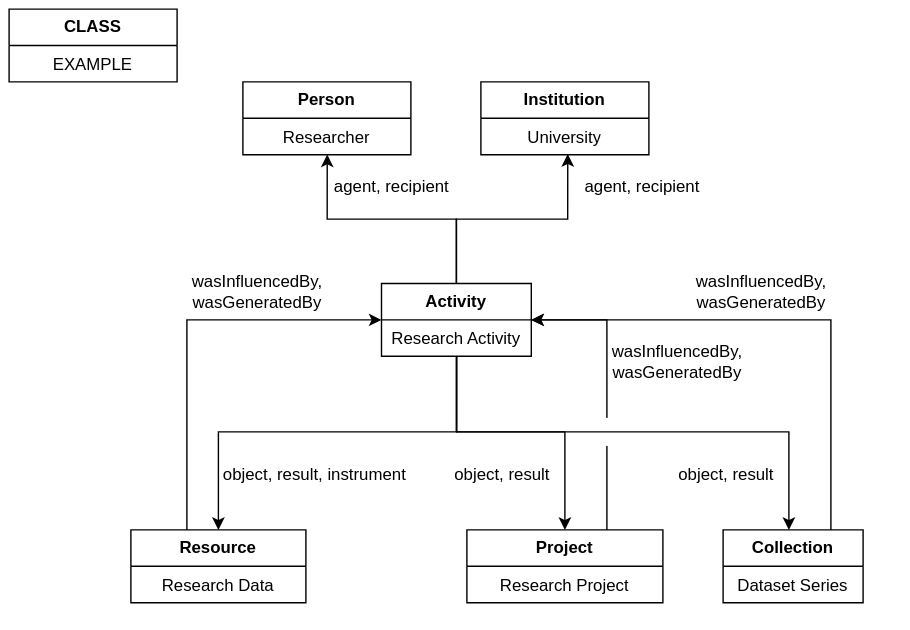
This is docs/domain_model_Activity.drawio.svg from RCOSDP/RDM, a draw.io export, as it was before one commit. Source tidied: cells renumbered, new cells last; positions are measured from the earlier drawing's top-left corner, leaving out a move shared by most shapes.
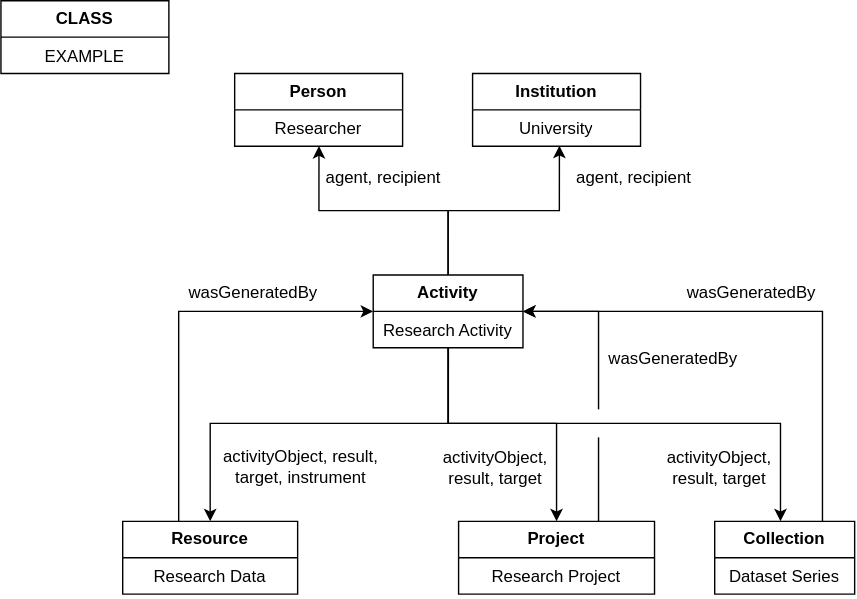
After the change.

The edit, as a diff of the source:
```diff
@@ -2,8 +2,8 @@
   <root>
     <mxCell id="0" />
     <mxCell id="1" parent="0" />
-    <mxCell id="2" value="object, result, instrument" style="text;html=1;align=center;verticalAlign=middle;strokeColor=none;fillColor=none;" parent="1" vertex="1">
-      <mxGeometry x="143" y="318" width="150" height="30" as="geometry" />
+    <mxCell id="2" value="activityObject, result,&lt;div&gt;target, instrument&lt;/div&gt;" style="text;html=1;align=center;verticalAlign=middle;strokeColor=none;fillColor=none;" parent="1" vertex="1">
+      <mxGeometry x="149" y="312.5" width="129" height="41" as="geometry" />
     </mxCell>
     <mxCell id="3" style="edgeStyle=orthogonalEdgeStyle;rounded=0;jettySize=auto;html=1;exitX=0.5;exitY=0;exitDx=0;exitDy=0;entryX=0.502;entryY=0.995;entryDx=0;entryDy=0;entryPerimeter=0;" parent="1" edge="1" source="6" target="11">
       <mxGeometry relative="1" as="geometry" />
@@ -71,11 +71,11 @@
     <mxCell id="18" value="Dataset Series" style="text;strokeColor=none;fillColor=none;align=center;verticalAlign=top;spacingLeft=4;spacingRight=4;overflow=hidden;whiteSpace=wrap;html=1;" parent="17" vertex="1">
       <mxGeometry y="26" width="100" height="26" as="geometry" />
     </mxCell>
-    <mxCell id="19" value="object, result" style="text;html=1;align=center;verticalAlign=middle;strokeColor=none;fillColor=none;" parent="1" vertex="1">
-      <mxGeometry x="467" y="318" width="90" height="30" as="geometry" />
+    <mxCell id="19" value="activityObject,&lt;div&gt;result, target&lt;/div&gt;" style="text;html=1;align=center;verticalAlign=middle;strokeColor=none;fillColor=none;" parent="1" vertex="1">
+      <mxGeometry x="466" y="313" width="93" height="41" as="geometry" />
     </mxCell>
-    <mxCell id="20" value="object, result" style="text;html=1;align=center;verticalAlign=middle;strokeColor=none;fillColor=none;" parent="1" vertex="1">
-      <mxGeometry x="307" y="318" width="90" height="30" as="geometry" />
+    <mxCell id="20" value="activityObject,&lt;div&gt;result, target&lt;/div&gt;" style="text;html=1;align=center;verticalAlign=middle;strokeColor=none;fillColor=none;" parent="1" vertex="1">
+      <mxGeometry x="306" y="313" width="93" height="41" as="geometry" />
     </mxCell>
     <mxCell id="21" style="edgeStyle=orthogonalEdgeStyle;rounded=0;jettySize=auto;html=1;entryX=0;entryY=0.5;entryDx=0;entryDy=0;" parent="1" edge="1" source="8" target="6">
       <mxGeometry relative="1" as="geometry">
@@ -84,15 +84,9 @@
         </Array>
       </mxGeometry>
     </mxCell>
-    <mxCell id="22" value="wasInfluencedBy,&lt;br&gt;wasGeneratedBy" style="text;html=1;align=center;verticalAlign=middle;strokeColor=none;fillColor=none;" parent="1" vertex="1">
-      <mxGeometry x="117" y="182" width="120" height="40" as="geometry" />
+    <mxCell id="22" value="wasGeneratedBy" style="text;html=1;align=center;verticalAlign=middle;strokeColor=none;fillColor=none;" parent="1" vertex="1">
+      <mxGeometry x="125" y="196" width="110" height="26" as="geometry" />
     </mxCell>
-    <mxCell id="23" value="wasInfluencedBy,&lt;br&gt;wasGeneratedBy" style="text;html=1;align=center;verticalAlign=middle;strokeColor=none;fillColor=none;" parent="1" vertex="1">
-      <mxGeometry x="417" y="232" width="120" height="40" as="geometry" />
-    </mxCell>
-    <mxCell id="24" value="wasInfluencedBy,&lt;br&gt;wasGeneratedBy" style="text;html=1;align=center;verticalAlign=middle;strokeColor=none;fillColor=none;" parent="1" vertex="1">
-      <mxGeometry x="477" y="182" width="120" height="40" as="geometry" />
-    </mxCell>
     <mxCell id="25" value="&lt;b&gt;Institution&lt;/b&gt;" style="swimlane;fontStyle=0;horizontal=1;startSize=26;fillColor=none;whiteSpace=wrap;html=1;" parent="1" vertex="1">
       <mxGeometry x="337" y="52" width="120" height="52" as="geometry" />
     </mxCell>
@@ -123,5 +117,11 @@
     <mxCell id="32" value="EXAMPLE" style="text;strokeColor=none;fillColor=none;align=center;verticalAlign=top;spacingLeft=4;spacingRight=4;overflow=hidden;whiteSpace=wrap;html=1;" parent="31" vertex="1">
       <mxGeometry y="26" width="120" height="26" as="geometry" />
     </mxCell>
+    <mxCell id="33" value="wasGeneratedBy" style="text;html=1;align=center;verticalAlign=middle;strokeColor=none;fillColor=none;" parent="1" vertex="1">
+      <mxGeometry x="481" y="196" width="110" height="26" as="geometry" />
+    </mxCell>
+    <mxCell id="34" value="wasGeneratedBy" style="text;html=1;align=center;verticalAlign=middle;strokeColor=none;fillColor=none;" parent="1" vertex="1">
+      <mxGeometry x="425" y="243" width="110" height="26" as="geometry" />
+    </mxCell>
   </root>
 </mxGraphModel>
```
